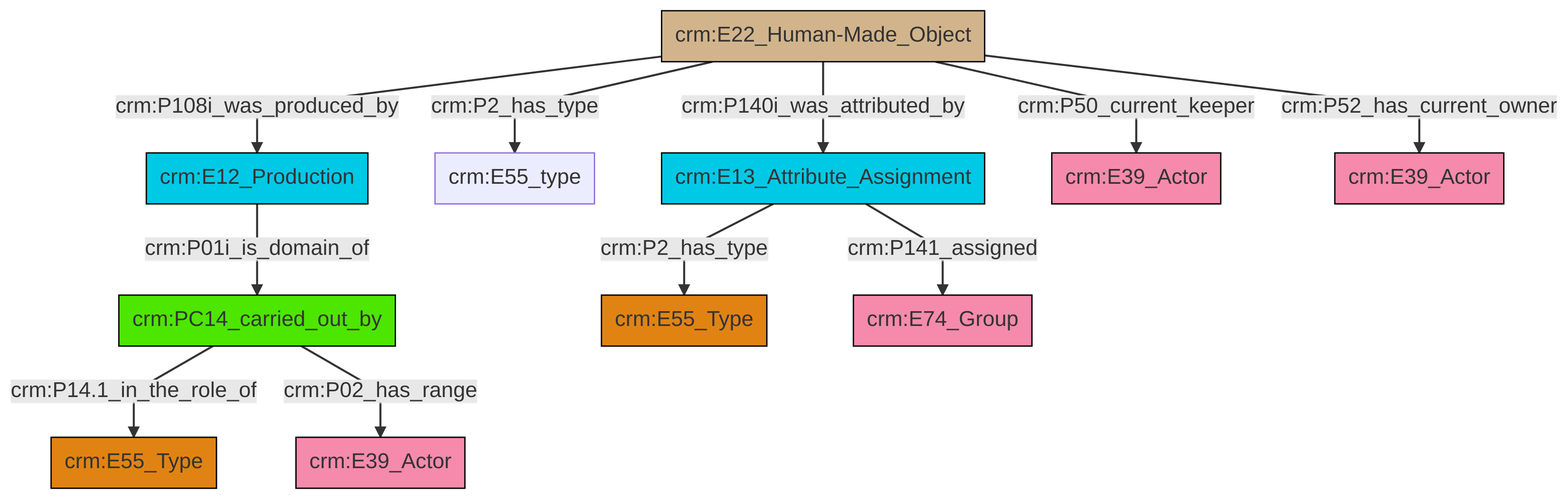
swiss-art-research-net/reference-data-models keeps this Mermaid diagram as et/artworkCSV/ttl/mmd/png/Artwork_Actor_Relations.png. Above is the earlier version. Its source is kept beside it as et/artworkCSV/ttl/mmd/Artwork_Actor_Relations.ttl.mmd.
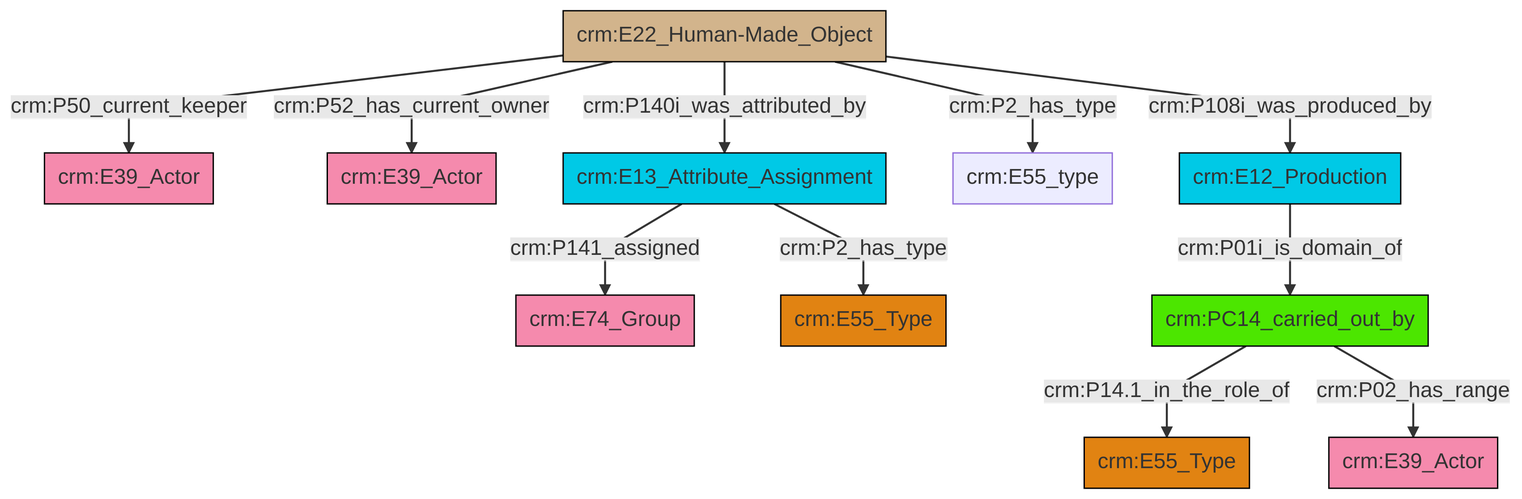
Later version of the same file.

What changed in the source:
```diff
@@ -13,13 +13,13 @@
 classDef PC_Classes fill:#4ce600, stroke:#000000;
 classDef Multi fill:#cccccc,stroke:#000000;
 
-4["crm:E13_Attribute_Assignment"]:::Temporal_Entity -->|crm:P2_has_type| 0["crm:E55_Type"]:::Type
-9["crm:E22_Human-Made_Object"]:::Physical_Thing -->|crm:P108i_was_produced_by| 7["crm:E12_Production"]:::Temporal_Entity
-7["crm:E12_Production"]:::Temporal_Entity -->|crm:P01i_is_domain_of| 2["crm:PC14_carried_out_by"]:::PC_Classes
-2["crm:PC14_carried_out_by"]:::PC_Classes -->|crm:P14.1_in_the_role_of| 10["crm:E55_Type"]:::Type
-9["crm:E22_Human-Made_Object"]:::Physical_Thing -->|crm:P2_has_type| 14["crm:E55_type"]:::Default
-2["crm:PC14_carried_out_by"]:::PC_Classes -->|crm:P02_has_range| 17["crm:E39_Actor"]:::Actor
-4["crm:E13_Attribute_Assignment"]:::Temporal_Entity -->|crm:P141_assigned| 5["crm:E74_Group"]:::Actor
-9["crm:E22_Human-Made_Object"]:::Physical_Thing -->|crm:P140i_was_attributed_by| 4["crm:E13_Attribute_Assignment"]:::Temporal_Entity
-9["crm:E22_Human-Made_Object"]:::Physical_Thing -->|crm:P50_current_keeper| 20["crm:E39_Actor"]:::Actor
-9["crm:E22_Human-Made_Object"]:::Physical_Thing -->|crm:P52_has_current_owner| 12["crm:E39_Actor"]:::Actor
+0["crm:E22_Human-Made_Object"]:::Physical_Thing -->|crm:P50_current_keeper| 1["crm:E39_Actor"]:::Actor
+2["crm:E13_Attribute_Assignment"]:::Temporal_Entity -->|crm:P141_assigned| 3["crm:E74_Group"]:::Actor
+6["crm:E12_Production"]:::Temporal_Entity -->|crm:P01i_is_domain_of| 7["crm:PC14_carried_out_by"]:::PC_Classes
+7["crm:PC14_carried_out_by"]:::PC_Classes -->|crm:P14.1_in_the_role_of| 8["crm:E55_Type"]:::Type
+0["crm:E22_Human-Made_Object"]:::Physical_Thing -->|crm:P52_has_current_owner| 11["crm:E39_Actor"]:::Actor
+0["crm:E22_Human-Made_Object"]:::Physical_Thing -->|crm:P140i_was_attributed_by| 2["crm:E13_Attribute_Assignment"]:::Temporal_Entity
+0["crm:E22_Human-Made_Object"]:::Physical_Thing -->|crm:P2_has_type| 18["crm:E55_type"]:::Default
+7["crm:PC14_carried_out_by"]:::PC_Classes -->|crm:P02_has_range| 4["crm:E39_Actor"]:::Actor
+0["crm:E22_Human-Made_Object"]:::Physical_Thing -->|crm:P108i_was_produced_by| 6["crm:E12_Production"]:::Temporal_Entity
+2["crm:E13_Attribute_Assignment"]:::Temporal_Entity -->|crm:P2_has_type| 14["crm:E55_Type"]:::Type
```
